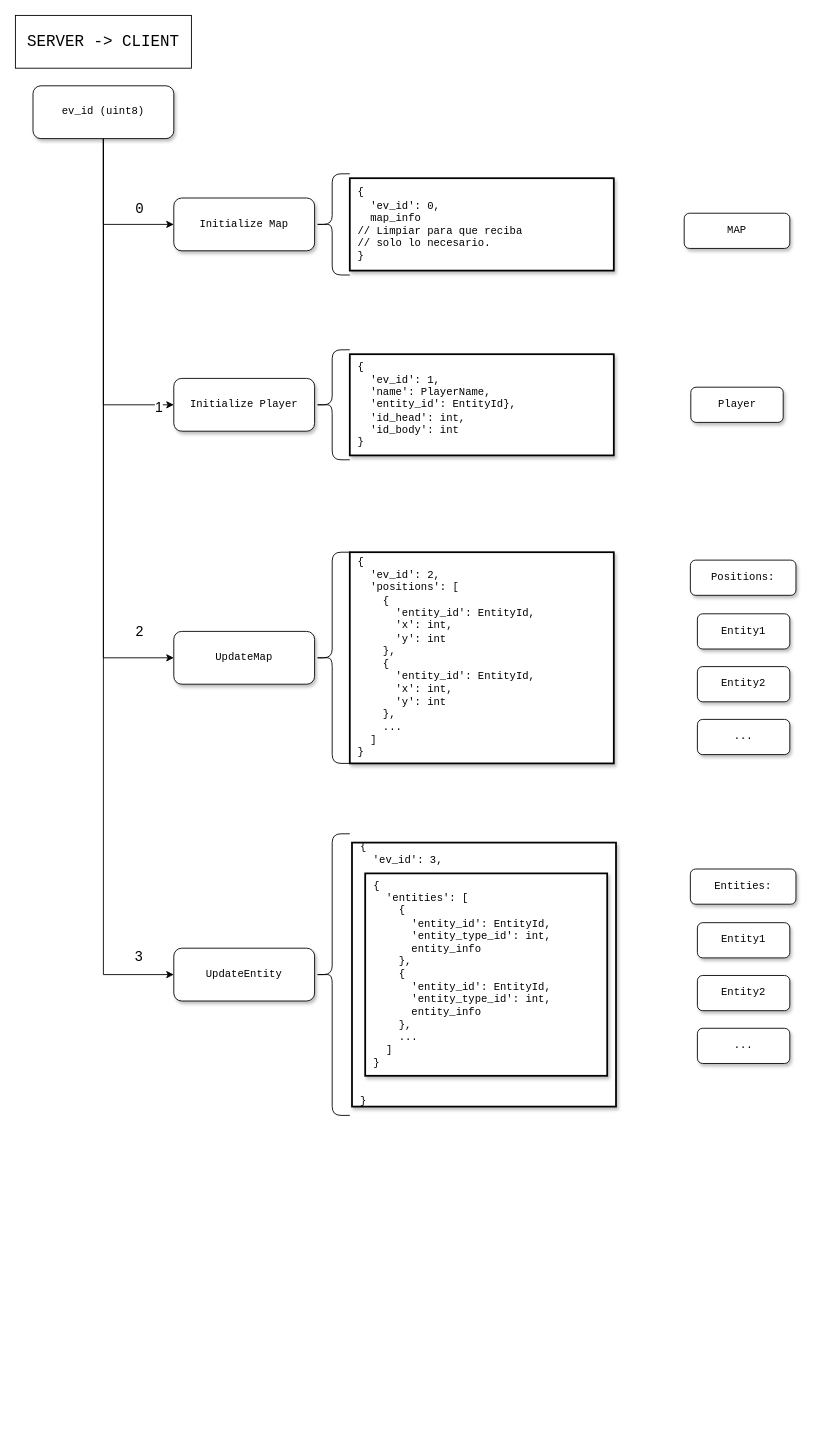
Before: page "Server -> Client json" (1 of 3) of informe/msgs client server.drawio in nicomatex/taller_argentum, a draw.io diagram. Source tidied: cells renumbered, new cells numbered last; positions are measured from the earlier drawing's top-left corner, leaving out a move shared by most shapes. Both pictures are drawn from the tidied source at 88%, with x=0, y=0 at pixel (15, 15).
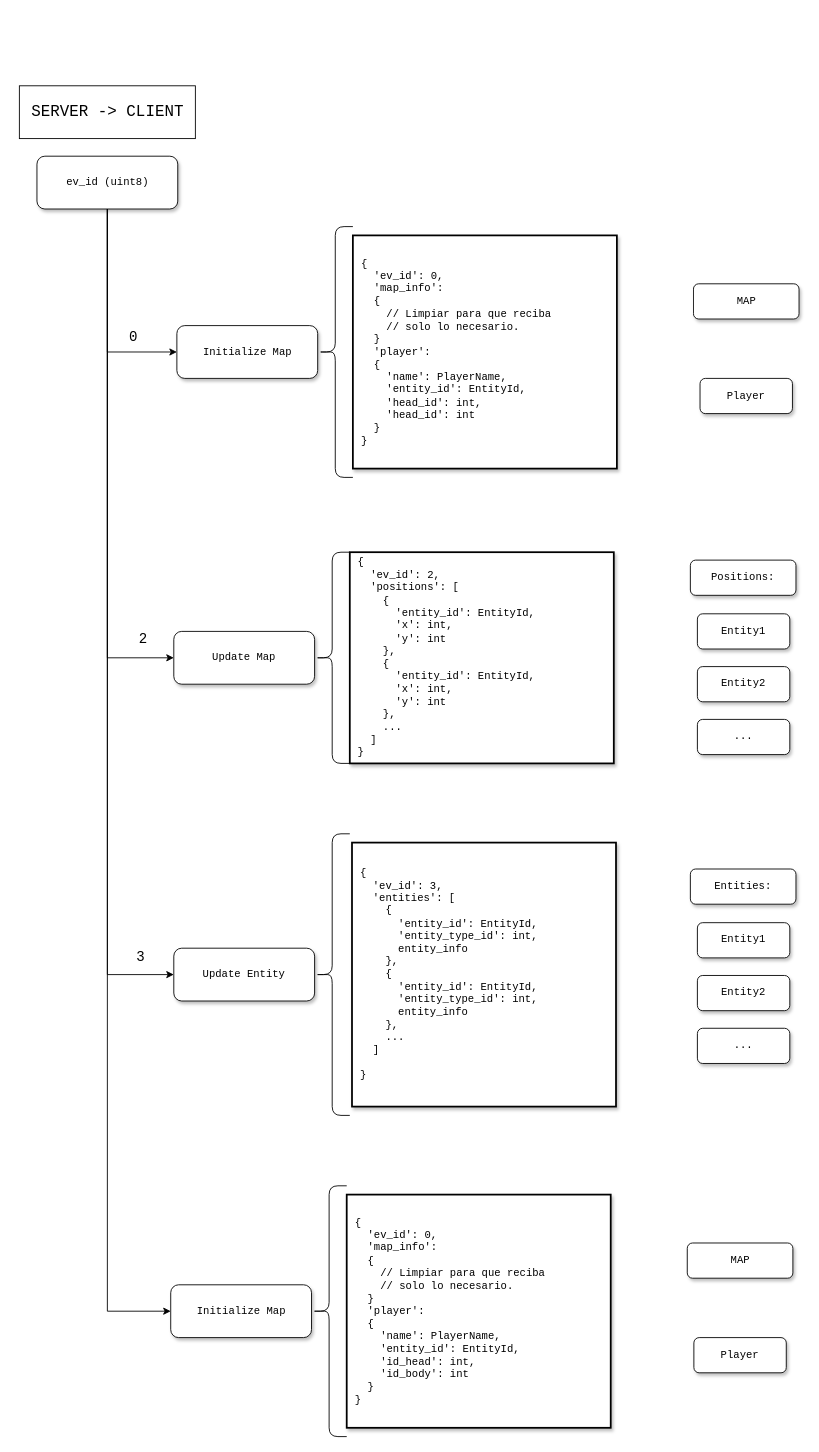
After the change.

The edit, as a diff of the source:
```diff
@@
-    <mxCell id="5" value="&amp;nbsp;{&lt;br&gt;&amp;nbsp; &amp;nbsp;'ev_id': 0,&lt;br&gt;&amp;nbsp; &amp;nbsp;map_info&lt;br&gt;&amp;nbsp;// Limpiar para que reciba&lt;br&gt;&amp;nbsp;// solo lo necesario.&lt;br&gt;&amp;nbsp;}" style="whiteSpace=wrap;html=1;rounded=0;shadow=1;labelBackgroundColor=none;strokeWidth=2;fontFamily=Courier New;fontSize=12;align=left;" parent="1" vertex="1">
-      <mxGeometry x="380" y="185" width="300" height="105" as="geometry" />
+    <mxCell id="5" value="&amp;nbsp;{&lt;br&gt;&amp;nbsp; &amp;nbsp;'ev_id': 0,&lt;br&gt;&amp;nbsp; &amp;nbsp;'map_info': &lt;br&gt;&amp;nbsp; &amp;nbsp;{&lt;br&gt;&amp;nbsp; &amp;nbsp; &amp;nbsp;// Limpiar para que reciba&lt;br&gt;&amp;nbsp; &amp;nbsp; &amp;nbsp;// solo lo necesario.&lt;br&gt;&amp;nbsp; &amp;nbsp;}&lt;br&gt;&amp;nbsp; &amp;nbsp;'player':&lt;br&gt;&amp;nbsp; &amp;nbsp;{&lt;br&gt;&amp;nbsp; &amp;nbsp; &amp;nbsp;'name': PlayerName,&lt;div&gt;&amp;nbsp; &amp;nbsp; &amp;nbsp;'entity_id': EntityId,&lt;/div&gt;&lt;div&gt;&amp;nbsp; &amp;nbsp; &amp;nbsp;'head_id': int,&lt;br&gt;&lt;/div&gt;&lt;div&gt;&amp;nbsp; &amp;nbsp; &amp;nbsp;'head_id': int&lt;/div&gt;&amp;nbsp; &amp;nbsp;}&lt;br&gt;&amp;nbsp;}" style="whiteSpace=wrap;html=1;rounded=0;shadow=1;labelBackgroundColor=none;strokeWidth=2;fontFamily=Courier New;fontSize=12;align=left;" parent="1" vertex="1">
+      <mxGeometry x="383.5" y="250" width="300" height="265" as="geometry" />
     </mxCell>
@@
-    <mxCell id="12" style="edgeStyle=orthogonalEdgeStyle;rounded=0;jettySize=auto;html=1;entryX=0;entryY=0.5;entryDx=0;entryDy=0;" parent="1" edge="1" source="14" target="24">
-      <mxGeometry relative="1" as="geometry" />
-    </mxCell>
-    <mxCell id="13" value="&lt;font style=&quot;font-size: 16px&quot;&gt;1&lt;/font&gt;" style="edgeLabel;html=1;align=center;verticalAlign=middle;" parent="12" vertex="1">
-      <mxGeometry x="0.58" y="22" relative="1" as="geometry">
-        <mxPoint x="40" y="2" as="offset" />
-      </mxGeometry>
-    </mxCell>
+    <mxCell id="35" style="edgeStyle=orthogonalEdgeStyle;rounded=0;jettySize=auto;html=1;entryX=0;entryY=0.5;entryDx=0;entryDy=0;" parent="1" edge="1" source="14" target="37">
+      <mxGeometry relative="1" as="geometry" />
+    </mxCell>
     <mxCell id="14" value="ev_id (uint8)" style="whiteSpace=wrap;html=1;rounded=1;shadow=1;labelBackgroundColor=none;strokeWidth=1;fontFamily=Courier New;fontSize=12;align=center;" parent="1" vertex="1">
-      <mxGeometry x="20" y="80" width="160" height="60" as="geometry" />
+      <mxGeometry x="24.5" y="160" width="160" height="60" as="geometry" />
     </mxCell>
     <mxCell id="15" value="&lt;span&gt;Initialize Map&lt;/span&gt;" style="whiteSpace=wrap;html=1;rounded=1;shadow=1;labelBackgroundColor=none;strokeWidth=1;fontFamily=Courier New;fontSize=12;align=center;" parent="1" vertex="1">
-      <mxGeometry x="180" y="207.5" width="160" height="60" as="geometry" />
+      <mxGeometry x="183.5" y="352.5" width="160" height="60" as="geometry" />
     </mxCell>
-    <mxCell id="16" value="&lt;span&gt;UpdateMap&lt;/span&gt;" style="whiteSpace=wrap;html=1;rounded=1;shadow=1;labelBackgroundColor=none;strokeWidth=1;fontFamily=Courier New;fontSize=12;align=center;" parent="1" vertex="1">
+    <mxCell id="16" value="&lt;span&gt;Update Map&lt;/span&gt;" style="whiteSpace=wrap;html=1;rounded=1;shadow=1;labelBackgroundColor=none;strokeWidth=1;fontFamily=Courier New;fontSize=12;align=center;" parent="1" vertex="1">
       <mxGeometry x="180" y="700" width="160" height="60" as="geometry" />
     </mxCell>
     <mxCell id="17" style="shape=curlyBracket;whiteSpace=wrap;html=1;rounded=1;fontFamily=Courier New;fontSize=16;rotation=0;" parent="1" vertex="1">
-      <mxGeometry x="340" y="180" width="40" height="115" as="geometry" />
+      <mxGeometry x="343.5" y="240" width="40" height="285" as="geometry" />
     </mxCell>
     <mxCell id="18" value="&lt;span&gt;MAP&lt;/span&gt;" style="whiteSpace=wrap;html=1;rounded=1;shadow=1;labelBackgroundColor=none;strokeWidth=1;fontFamily=Courier New;fontSize=12;align=center;" parent="1" vertex="1">
-      <mxGeometry x="760" y="224.8" width="120" height="40" as="geometry" />
+      <mxGeometry x="770.5" y="305" width="120" height="40" as="geometry" />
     </mxCell>
@@
     <mxCell id="20" value="&lt;font style=&quot;font-size: 18px&quot;&gt;SERVER -&amp;gt; CLIENT&lt;/font&gt;" style="rounded=0;whiteSpace=wrap;html=1;fontFamily=Courier New;fontSize=16;align=center;" parent="1" vertex="1">
-      <mxGeometry width="200" height="60" as="geometry" />
+      <mxGeometry x="4.5" y="80" width="200" height="60" as="geometry" />
     </mxCell>
@@
-    <mxCell id="22" value="&lt;span&gt;UpdateEntity&lt;/span&gt;" style="whiteSpace=wrap;html=1;rounded=1;shadow=1;labelBackgroundColor=none;strokeWidth=1;fontFamily=Courier New;fontSize=12;align=center;" parent="1" vertex="1">
+    <mxCell id="22" value="&lt;span&gt;Update Entity&lt;/span&gt;" style="whiteSpace=wrap;html=1;rounded=1;shadow=1;labelBackgroundColor=none;strokeWidth=1;fontFamily=Courier New;fontSize=12;align=center;" parent="1" vertex="1">
       <mxGeometry x="180" y="1060" width="160" height="60" as="geometry" />
     </mxCell>
@@
-    <mxCell id="24" value="&lt;span&gt;Initialize Player&lt;/span&gt;" style="whiteSpace=wrap;html=1;rounded=1;shadow=1;labelBackgroundColor=none;strokeWidth=1;fontFamily=Courier New;fontSize=12;align=center;" parent="1" vertex="1">
-      <mxGeometry x="180" y="412.5" width="160" height="60" as="geometry" />
-    </mxCell>
-    <mxCell id="25" value="&amp;nbsp;{&lt;br&gt;&amp;nbsp; &amp;nbsp;'ev_id': 1,&lt;br&gt;&amp;nbsp; &amp;nbsp;'name': PlayerName,&lt;div&gt;&amp;nbsp; &amp;nbsp;'entity_id': EntityId},&lt;/div&gt;&lt;div&gt;&amp;nbsp; &amp;nbsp;'id_head': int,&lt;br&gt;&lt;/div&gt;&lt;div&gt;&amp;nbsp; &amp;nbsp;'id_body': int&lt;/div&gt;&amp;nbsp;}" style="whiteSpace=wrap;html=1;rounded=0;shadow=1;labelBackgroundColor=none;strokeWidth=2;fontFamily=Courier New;fontSize=12;align=left;" parent="1" vertex="1">
-      <mxGeometry x="380" y="385" width="300" height="115" as="geometry" />
-    </mxCell>
-    <mxCell id="26" style="shape=curlyBracket;whiteSpace=wrap;html=1;rounded=1;fontFamily=Courier New;fontSize=16;rotation=0;" parent="1" vertex="1">
-      <mxGeometry x="340" y="380" width="40" height="125" as="geometry" />
-    </mxCell>
     <mxCell id="27" value="Player" style="whiteSpace=wrap;html=1;rounded=1;shadow=1;labelBackgroundColor=none;strokeWidth=1;fontFamily=Courier New;fontSize=12;align=center;" parent="1" vertex="1">
-      <mxGeometry x="767.5" y="422.5" width="105" height="40" as="geometry" />
+      <mxGeometry x="778" y="412.5" width="105" height="40" as="geometry" />
     </mxCell>
@@
-    <mxCell id="29" value="&amp;nbsp;{&lt;br&gt;&amp;nbsp; &amp;nbsp;'ev_id': 3,&lt;br&gt;&lt;br&gt;&lt;br&gt;&lt;br&gt;&lt;br&gt;&lt;br&gt;&lt;br&gt;&lt;br&gt;&lt;br&gt;&lt;br&gt;&lt;br&gt;&lt;br&gt;&lt;br&gt;&lt;br&gt;&lt;br&gt;&lt;br&gt;&lt;br&gt;&lt;br&gt;&lt;br&gt;&amp;nbsp;}" style="whiteSpace=wrap;html=1;rounded=0;shadow=1;labelBackgroundColor=none;strokeWidth=2;fontFamily=Courier New;fontSize=12;align=left;" parent="1" vertex="1">
+    <mxCell id="29" value="&amp;nbsp;{&lt;br&gt;&amp;nbsp; &amp;nbsp;'ev_id': 3,&lt;br&gt;&amp;nbsp; &amp;nbsp;'entities': [&lt;br&gt;&amp;nbsp; &amp;nbsp; &amp;nbsp;{&lt;br&gt;&amp;nbsp; &amp;nbsp; &amp;nbsp; &amp;nbsp;'entity_id': EntityId,&lt;br&gt;&amp;nbsp; &amp;nbsp; &amp;nbsp; &amp;nbsp;'entity_type_id': int,&lt;br&gt;&amp;nbsp; &amp;nbsp; &amp;nbsp; &amp;nbsp;entity_info&lt;br&gt;&amp;nbsp; &amp;nbsp; &amp;nbsp;},&lt;br&gt;&amp;nbsp; &amp;nbsp; &amp;nbsp;{&lt;br&gt;&amp;nbsp; &amp;nbsp; &amp;nbsp; &amp;nbsp;'entity_id': EntityId,&lt;br&gt;&amp;nbsp; &amp;nbsp; &amp;nbsp; &amp;nbsp;'entity_type_id': int,&lt;br&gt;&amp;nbsp; &amp;nbsp; &amp;nbsp; &amp;nbsp;entity_info&lt;br&gt;&amp;nbsp; &amp;nbsp; &amp;nbsp;},&lt;br&gt;&amp;nbsp; &amp;nbsp; &amp;nbsp;...&lt;br&gt;&amp;nbsp; &amp;nbsp;]&lt;br&gt;&amp;nbsp;&lt;br&gt;&amp;nbsp;}" style="whiteSpace=wrap;html=1;rounded=0;shadow=1;labelBackgroundColor=none;strokeWidth=2;fontFamily=Courier New;fontSize=12;align=left;" parent="1" vertex="1">
       <mxGeometry x="382.5" y="940" width="300" height="300" as="geometry" />
     </mxCell>
-    <mxCell id="30" value="&lt;span&gt;&amp;nbsp;{&lt;br&gt;&amp;nbsp; &amp;nbsp;'entities': [&lt;br&gt;&amp;nbsp; &amp;nbsp; &amp;nbsp;{&lt;br&gt;&amp;nbsp; &amp;nbsp; &amp;nbsp; &amp;nbsp;'entity_id': EntityId,&lt;br&gt;&amp;nbsp; &amp;nbsp; &amp;nbsp; &amp;nbsp;'entity_type_id': int,&lt;br&gt;&amp;nbsp; &amp;nbsp; &amp;nbsp; &amp;nbsp;entity_info&lt;br&gt;&amp;nbsp; &amp;nbsp; &amp;nbsp;},&lt;br&gt;&amp;nbsp; &amp;nbsp; &amp;nbsp;{&lt;/span&gt;&lt;br&gt;&amp;nbsp; &amp;nbsp; &amp;nbsp; &amp;nbsp;'entity_id': EntityId,&lt;br&gt;&amp;nbsp; &amp;nbsp; &amp;nbsp; &amp;nbsp;'entity_type_id': int,&lt;br&gt;&amp;nbsp; &amp;nbsp; &amp;nbsp; &amp;nbsp;entity_info&lt;br&gt;&amp;nbsp; &amp;nbsp; &amp;nbsp;},&lt;br&gt;&amp;nbsp; &amp;nbsp; &amp;nbsp;...&lt;br&gt;&amp;nbsp; &amp;nbsp;]&lt;br&gt;&amp;nbsp;}" style="whiteSpace=wrap;html=1;rounded=0;shadow=1;labelBackgroundColor=none;strokeWidth=2;fontFamily=Courier New;fontSize=12;align=left;" parent="1" vertex="1">
-      <mxGeometry x="397.5" y="975" width="275" height="230" as="geometry" />
-    </mxCell>
@@
+    <mxCell id="36" value="&amp;nbsp;{&lt;br&gt;&amp;nbsp; &amp;nbsp;'ev_id': 0,&lt;br&gt;&amp;nbsp; &amp;nbsp;'map_info': &lt;br&gt;&amp;nbsp; &amp;nbsp;{&lt;br&gt;&amp;nbsp; &amp;nbsp; &amp;nbsp;// Limpiar para que reciba&lt;br&gt;&amp;nbsp; &amp;nbsp; &amp;nbsp;// solo lo necesario.&lt;br&gt;&amp;nbsp; &amp;nbsp;}&lt;br&gt;&amp;nbsp; &amp;nbsp;'player':&lt;br&gt;&amp;nbsp; &amp;nbsp;{&lt;br&gt;&amp;nbsp; &amp;nbsp; &amp;nbsp;'name': PlayerName,&lt;div&gt;&amp;nbsp; &amp;nbsp; &amp;nbsp;'entity_id': EntityId,&lt;/div&gt;&lt;div&gt;&amp;nbsp; &amp;nbsp; &amp;nbsp;'id_head': int,&lt;br&gt;&lt;/div&gt;&lt;div&gt;&amp;nbsp; &amp;nbsp; &amp;nbsp;'id_body': int&lt;/div&gt;&amp;nbsp; &amp;nbsp;}&lt;br&gt;&amp;nbsp;}" style="whiteSpace=wrap;html=1;rounded=0;shadow=1;labelBackgroundColor=none;strokeWidth=2;fontFamily=Courier New;fontSize=12;align=left;" parent="1" vertex="1">
+      <mxGeometry x="376.5" y="1340" width="300" height="265" as="geometry" />
+    </mxCell>
+    <mxCell id="37" value="&lt;span&gt;Initialize Map&lt;/span&gt;" style="whiteSpace=wrap;html=1;rounded=1;shadow=1;labelBackgroundColor=none;strokeWidth=1;fontFamily=Courier New;fontSize=12;align=center;" parent="1" vertex="1">
+      <mxGeometry x="176.5" y="1442.5" width="160" height="60" as="geometry" />
+    </mxCell>
+    <mxCell id="38" style="shape=curlyBracket;whiteSpace=wrap;html=1;rounded=1;fontFamily=Courier New;fontSize=16;rotation=0;" parent="1" vertex="1">
+      <mxGeometry x="336.5" y="1330" width="40" height="285" as="geometry" />
+    </mxCell>
+    <mxCell id="39" value="&lt;span&gt;MAP&lt;/span&gt;" style="whiteSpace=wrap;html=1;rounded=1;shadow=1;labelBackgroundColor=none;strokeWidth=1;fontFamily=Courier New;fontSize=12;align=center;" parent="1" vertex="1">
+      <mxGeometry x="763.5" y="1395" width="120" height="40" as="geometry" />
+    </mxCell>
+    <mxCell id="40" value="Player" style="whiteSpace=wrap;html=1;rounded=1;shadow=1;labelBackgroundColor=none;strokeWidth=1;fontFamily=Courier New;fontSize=12;align=center;" parent="1" vertex="1">
+      <mxGeometry x="771" y="1502.5" width="105" height="40" as="geometry" />
+    </mxCell>
```
